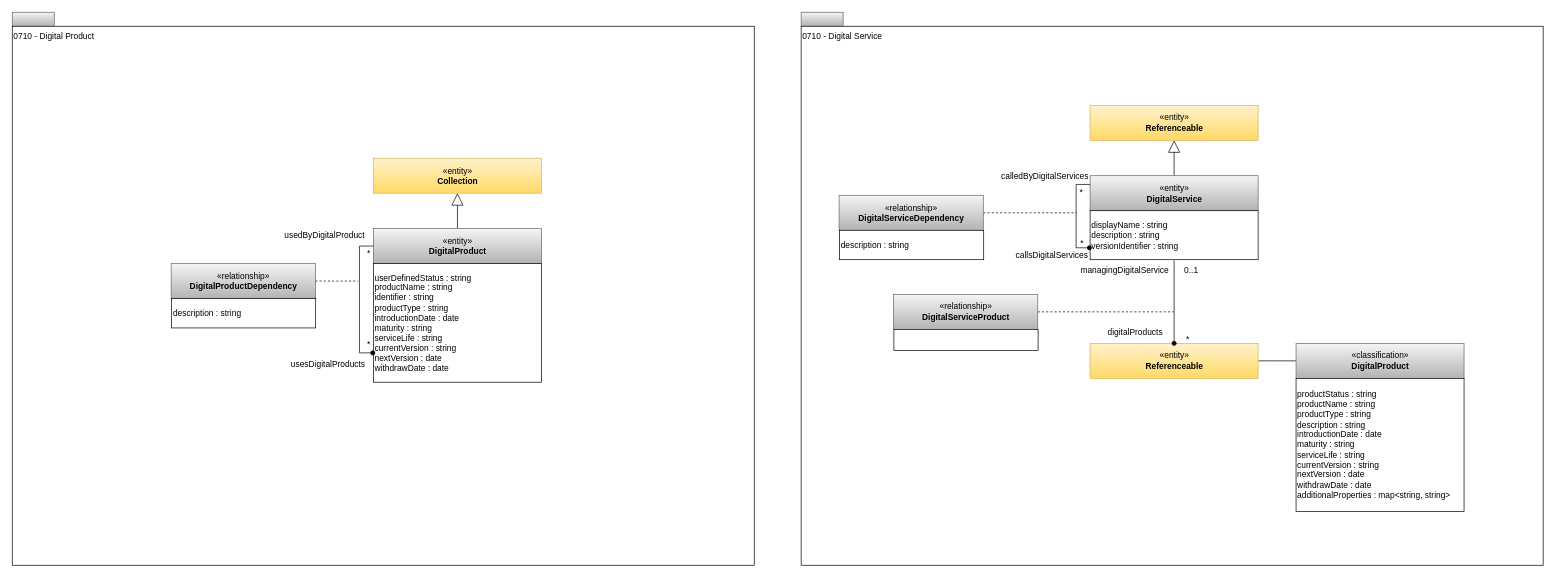
Above: page "0710-Digital-Products" (2 of 17) of site/docs/types/7/area-7-lineage.drawio in odpi/egeria-docs (draw.io), before the change. Source tidied: cells renumbered, new cells numbered last; positions are measured from the earlier drawing's top-left corner, leaving out a move shared by most shapes. Both pictures are drawn from the tidied source at 70%, with x=0, y=0 at pixel (12, 12).
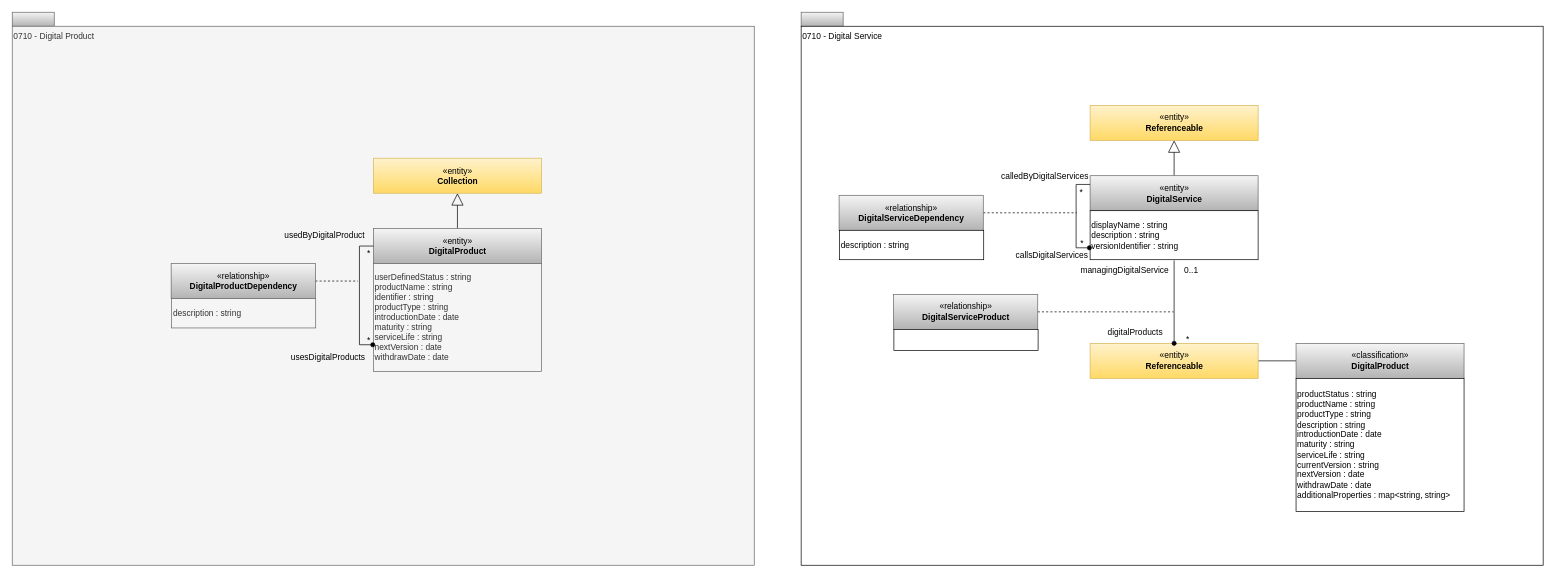
The same diagram, later.

Diff of the diagram source:
```diff
@@
-    <mxCell id="3" value="0710 - Digital Product" style="rounded=0;whiteSpace=wrap;html=1;align=left;verticalAlign=top;" parent="1" vertex="1">
+    <mxCell id="3" value="0710 - Digital Product" style="rounded=0;whiteSpace=wrap;html=1;align=left;verticalAlign=top;fillColor=#f5f5f5;fontColor=#333333;strokeColor=#666666;" parent="1" vertex="1">
       <mxGeometry y="20" width="1060" height="770" as="geometry" />
     </mxCell>
@@
-    <mxCell id="6" value="userDefinedStatus : string&lt;div&gt;productName : string&lt;/div&gt;&lt;div&gt;identifier : string&lt;br&gt;productType : string&lt;br&gt;introductionDate : date&lt;br&gt;maturity : string&lt;br&gt;serviceLife : string&lt;br&gt;currentVersion : string&lt;br&gt;nextVersion : date&lt;br&gt;withdrawDate : date&lt;br&gt;&lt;/div&gt;&lt;div style=&quot;text-align: left&quot;&gt;&lt;/div&gt;" style="rounded=0;whiteSpace=wrap;html=1;strokeColor=#000000;gradientColor=#ffffff;align=left;perimeterSpacing=1;" parent="1" vertex="1">
-      <mxGeometry x="516" y="359" width="240" height="169.5" as="geometry" />
+    <mxCell id="6" value="userDefinedStatus : string&lt;div&gt;productName : string&lt;/div&gt;&lt;div&gt;identifier : string&lt;br&gt;productType : string&lt;br&gt;introductionDate : date&lt;br&gt;maturity : string&lt;br&gt;serviceLife : string&lt;br&gt;nextVersion : date&lt;br&gt;withdrawDate : date&lt;br&gt;&lt;/div&gt;&lt;div style=&quot;text-align: left&quot;&gt;&lt;/div&gt;" style="rounded=0;whiteSpace=wrap;html=1;strokeColor=#666666;align=left;perimeterSpacing=1;fillColor=#f5f5f5;fontColor=#333333;" parent="1" vertex="1">
+      <mxGeometry x="516" y="359" width="240" height="154" as="geometry" />
     </mxCell>
@@
-    <mxCell id="36" value="description : string" style="rounded=0;whiteSpace=wrap;html=1;strokeColor=#000000;gradientColor=#ffffff;align=left;" parent="1" vertex="1">
+    <mxCell id="36" value="description : string" style="rounded=0;whiteSpace=wrap;html=1;strokeColor=#666666;align=left;fillColor=#f5f5f5;fontColor=#333333;" parent="1" vertex="1">
       <mxGeometry x="227.5" y="409" width="206" height="42" as="geometry" />
     </mxCell>
@@
     <mxCell id="39" value="*" style="text;html=1;align=center;verticalAlign=top;spacingTop=-4;" parent="1" vertex="1">
-      <mxGeometry x="501" y="465" width="15" height="14" as="geometry" />
+      <mxGeometry x="501" y="459" width="15" height="14" as="geometry" />
     </mxCell>
     <mxCell id="40" value="usesDigitalProducts" style="text;html=1;align=center;verticalAlign=top;spacingTop=-4;" parent="1" vertex="1">
-      <mxGeometry x="386" y="493" width="130" height="20" as="geometry" />
+      <mxGeometry x="386" y="483" width="130" height="20" as="geometry" />
     </mxCell>
```
